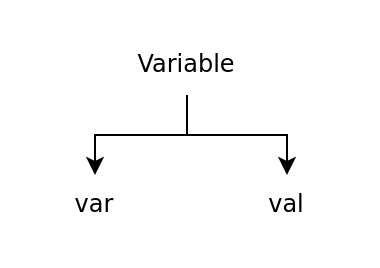
Before: page "Page-2" (2 of 7) of Tutorial - Kotlin/Kotlin Tutorial For Beginners/Kotlin Tutorial For Beginners - 02 Variables.drawio in rzrasel/temp-and-app, a draw.io diagram. Source tidied: cells renumbered, new cells numbered last; positions are measured from the earlier drawing's top-left corner, leaving out a move shared by most shapes. Both pictures are drawn from the tidied source at 200%, with x=0, y=0 at pixel (34, 34).
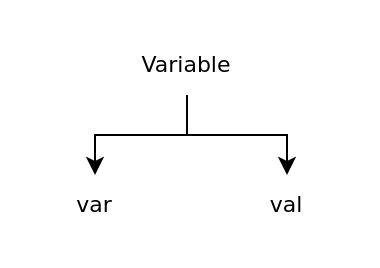
The same diagram, later.

What changed in the source:
```diff
@@
 <mxGraphModel>
   <root>
     <mxCell id="0" />
     <mxCell id="1" parent="0" />
-    <mxCell id="2" style="edgeStyle=orthogonalEdgeStyle;rounded=0;jettySize=auto;html=1;startArrow=none;startFill=0;" parent="1" edge="1" source="4" target="6">
+    <mxCell id="2" style="edgeStyle=orthogonalEdgeStyle;rounded=0;jettySize=auto;html=1;startArrow=none;startFill=0;fontFamily=Verdana;fontSize=11;" parent="1" edge="1" source="4" target="6">
       <mxGeometry relative="1" as="geometry" />
     </mxCell>
-    <mxCell id="3" style="edgeStyle=orthogonalEdgeStyle;rounded=0;jettySize=auto;html=1;exitX=0.5;exitY=1;exitDx=0;exitDy=0;entryX=0.5;entryY=0;entryDx=0;entryDy=0;startArrow=none;startFill=0;" parent="1" edge="1" source="4" target="5">
+    <mxCell id="3" style="edgeStyle=orthogonalEdgeStyle;rounded=0;jettySize=auto;html=1;exitX=0.5;exitY=1;exitDx=0;exitDy=0;entryX=0.5;entryY=0;entryDx=0;entryDy=0;startArrow=none;startFill=0;fontFamily=Verdana;fontSize=11;" parent="1" edge="1" source="4" target="5">
       <mxGeometry relative="1" as="geometry" />
     </mxCell>
-    <mxCell id="4" value="Variable" style="text;html=1;strokeColor=none;fillColor=none;align=center;verticalAlign=middle;whiteSpace=wrap;rounded=0;fontFamily=Verdana;" parent="1" vertex="1">
+    <mxCell id="4" value="Variable" style="text;html=1;strokeColor=none;fillColor=none;align=center;verticalAlign=middle;whiteSpace=wrap;rounded=0;fontFamily=Verdana;fontSize=11;" parent="1" vertex="1">
       <mxGeometry x="46" width="60" height="30" as="geometry" />
     </mxCell>
-    <mxCell id="5" value="var" style="text;html=1;strokeColor=none;fillColor=none;align=center;verticalAlign=middle;whiteSpace=wrap;rounded=0;fontFamily=Verdana;" parent="1" vertex="1">
+    <mxCell id="5" value="var" style="text;html=1;strokeColor=none;fillColor=none;align=center;verticalAlign=middle;whiteSpace=wrap;rounded=0;fontFamily=Verdana;fontSize=11;" parent="1" vertex="1">
       <mxGeometry y="70" width="60" height="30" as="geometry" />
     </mxCell>
-    <mxCell id="6" value="val" style="text;html=1;strokeColor=none;fillColor=none;align=center;verticalAlign=middle;whiteSpace=wrap;rounded=0;fontFamily=Verdana;" parent="1" vertex="1">
+    <mxCell id="6" value="val" style="text;html=1;strokeColor=none;fillColor=none;align=center;verticalAlign=middle;whiteSpace=wrap;rounded=0;fontFamily=Verdana;fontSize=11;" parent="1" vertex="1">
       <mxGeometry x="96" y="70" width="60" height="30" as="geometry" />
     </mxCell>
   </root>
 </mxGraphModel>
```
